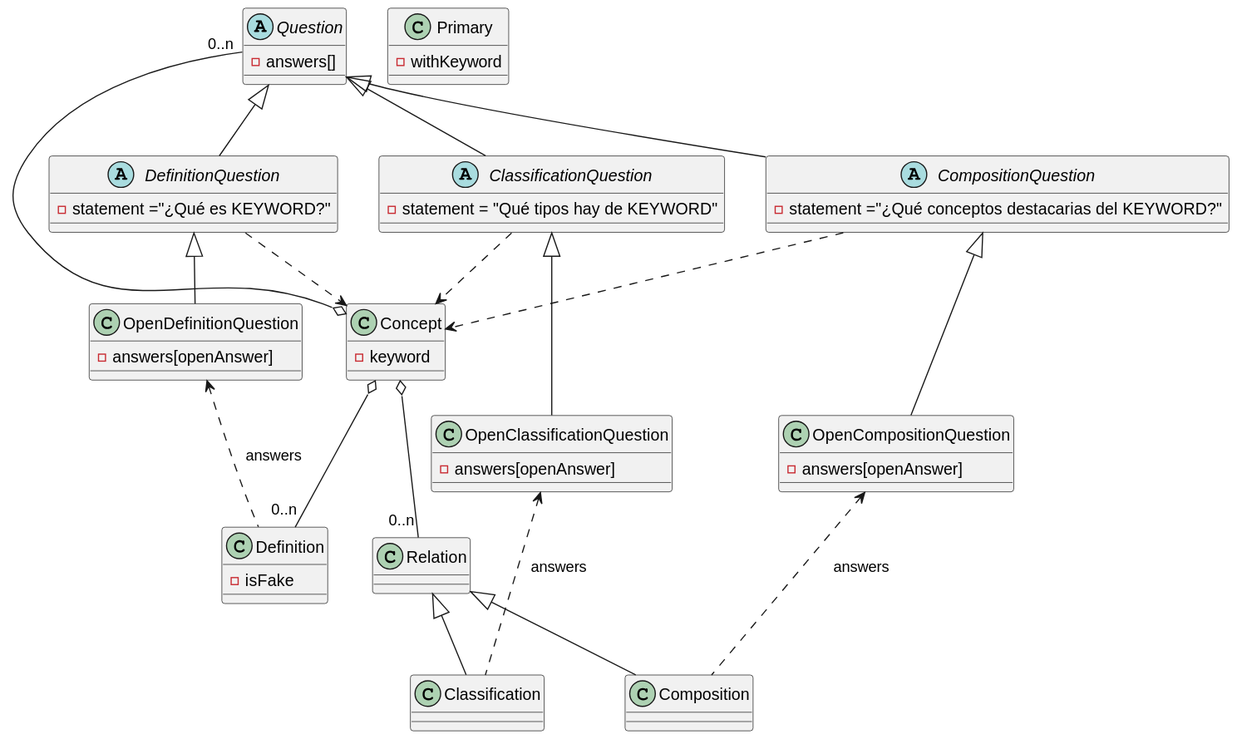
Before: out/doc/dominio_detail_concept/ConceptDomainDetail.svg, a diagram exported from PlantUML (Joselon/ProyectoOpoTest).
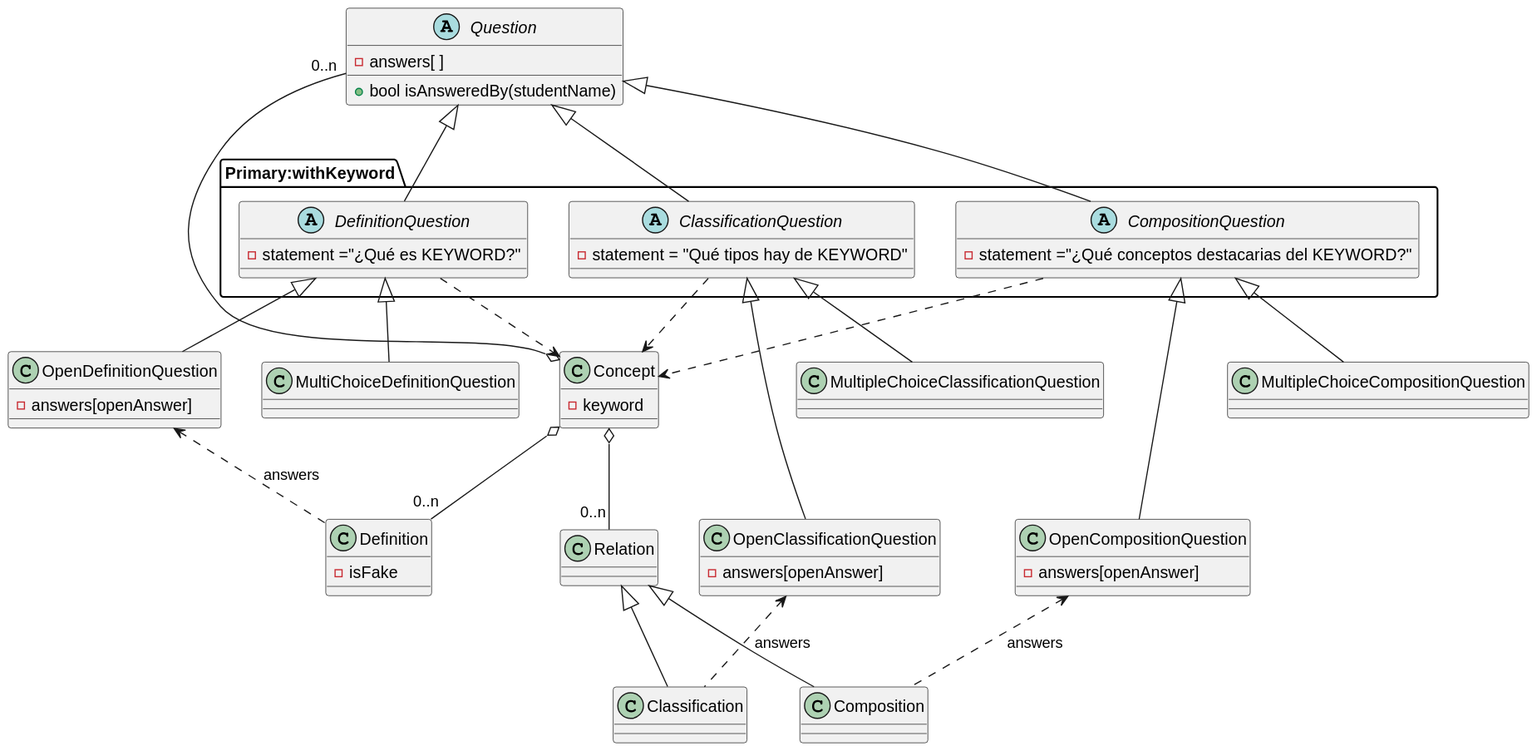
Later version of the same file.

Commit message:
Bridge - DiagramaProblema

Change to the diagram source:
```diff
@@ -14,11 +14,7 @@
 
 class Composition
 
-class Primary {
-    - withKeyword
-}
-
-
+package Primary:withKeyword{
 abstract class DefinitionQuestion {
     - statement ="¿Qué es KEYWORD?"
 
@@ -33,7 +29,7 @@
     - statement ="¿Qué conceptos destacarias del KEYWORD?"
 
 }
-
+}
 class OpenDefinitionQuestion {
     -answers[openAnswer]
 }
@@ -45,13 +41,17 @@
 }
 
 abstract class Question {
-    - answers[]
+    - answers[ ]
+    + bool isAnsweredBy(studentName)
 }
 
 
 DefinitionQuestion <|-- OpenDefinitionQuestion
+DefinitionQuestion <|-- MultiChoiceDefinitionQuestion
 ClassificationQuestion <|-- OpenClassificationQuestion
+ClassificationQuestion <|-- MultipleChoiceClassificationQuestion
 CompositionQuestion <|-- OpenCompositionQuestion
+CompositionQuestion <|-- MultipleChoiceCompositionQuestion
 Question "0..n" -o Concept
 
 DefinitionQuestion ..> Concept
```
